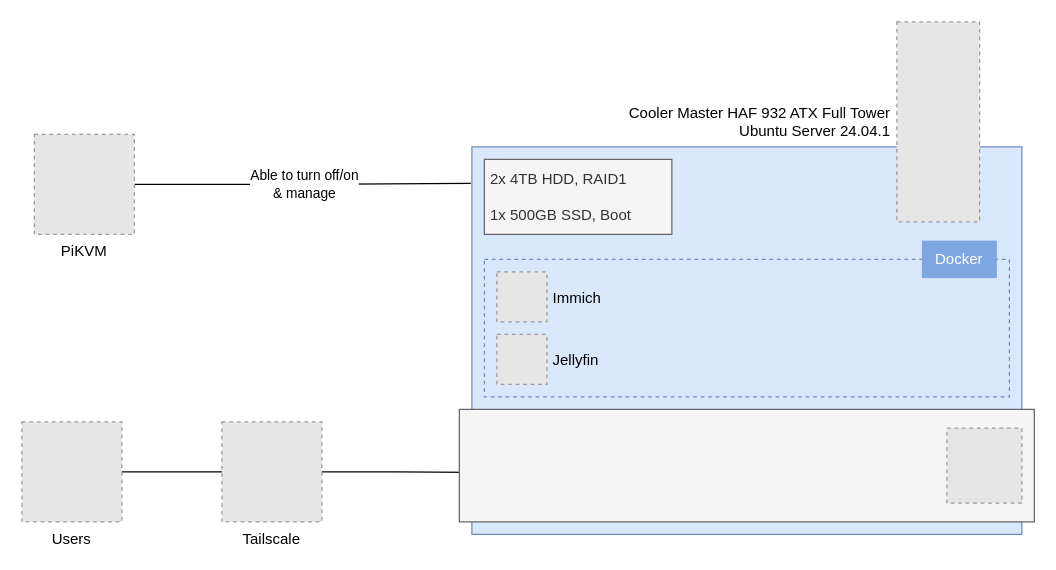
schang1146/homelab keeps this draw.io diagram as arch/homelab.drawio. Above is the earlier version. Source tidied: cells renumbered, new cells numbered last; positions are measured from the earlier drawing's top-left corner, leaving out a move shared by most shapes. Both pictures are drawn from the tidied source at 125%, with x=0, y=0 at pixel (21, 21). Pictures stored in the file or linked from it are replaced by grey dashed boxes.
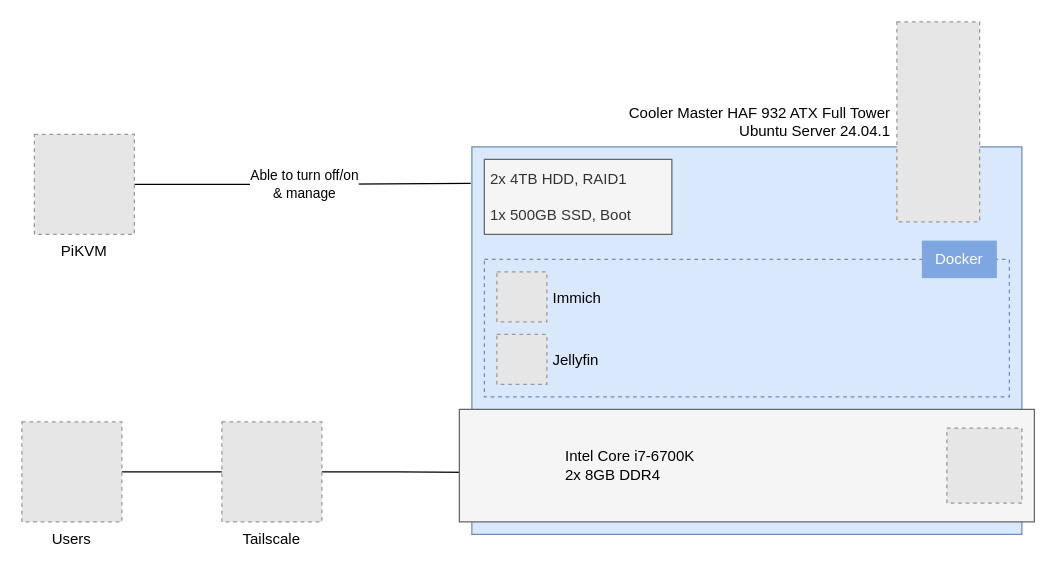
After the change.

Commit message:
add cpu and ram for nas

What changed in the source:
```diff
@@
+    <mxCell id="19" value="&lt;div align=&quot;left&quot;&gt;&lt;font face=&quot;Fira Code&quot;&gt;Intel Core i7-6700K&lt;/font&gt;&lt;/div&gt;&lt;div&gt;&lt;font face=&quot;Fira Code&quot;&gt;2x 8GB DDR4&lt;br&gt;&lt;/font&gt;&lt;/div&gt;" style="text;html=1;align=left;verticalAlign=middle;whiteSpace=wrap;rounded=0;spacing=5;" parent="1" vertex="1">
+      <mxGeometry x="430" y="325" width="300" height="60" as="geometry" />
+    </mxCell>
```
